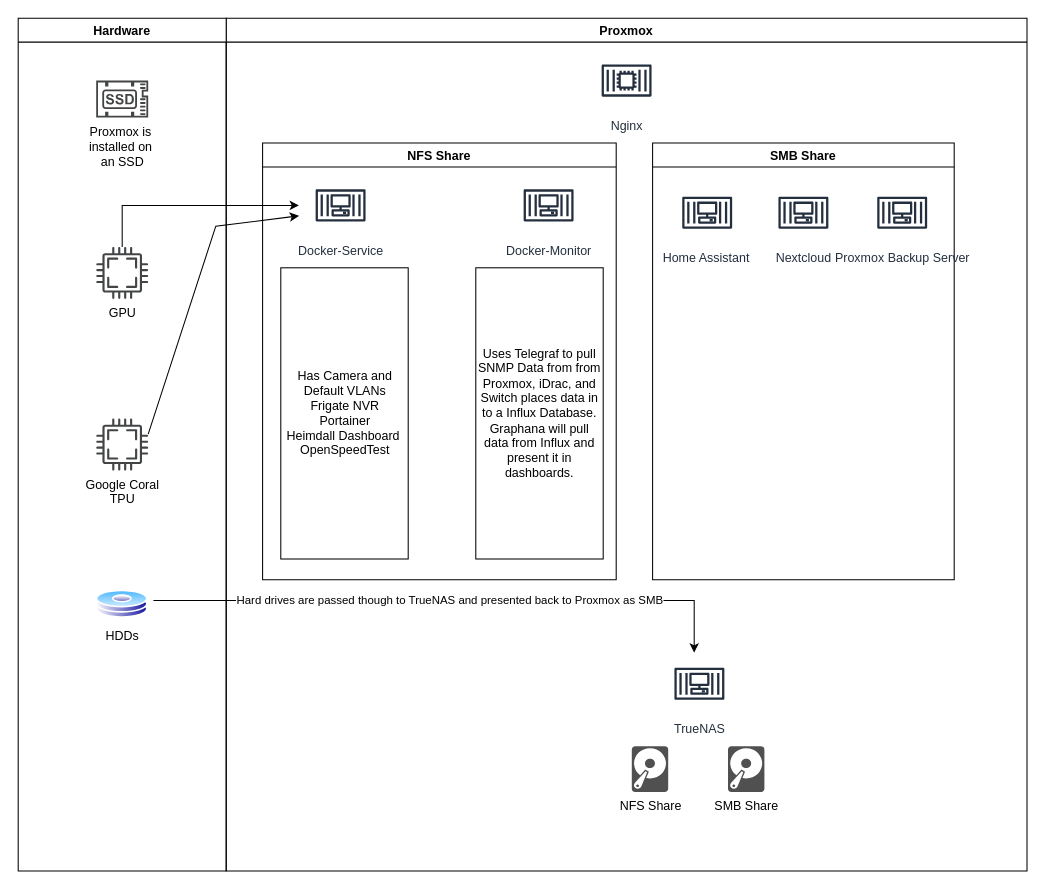
This is VM Diagram.drawio from 01Shimbo/HomeLab, a draw.io file, before an edit. Source tidied: cells renumbered, new cells numbered last; positions are measured from the earlier drawing's top-left corner, leaving out a move shared by most shapes. Both pictures are drawn from the tidied source at 104%, with x=0, y=0 at pixel (18, 18).
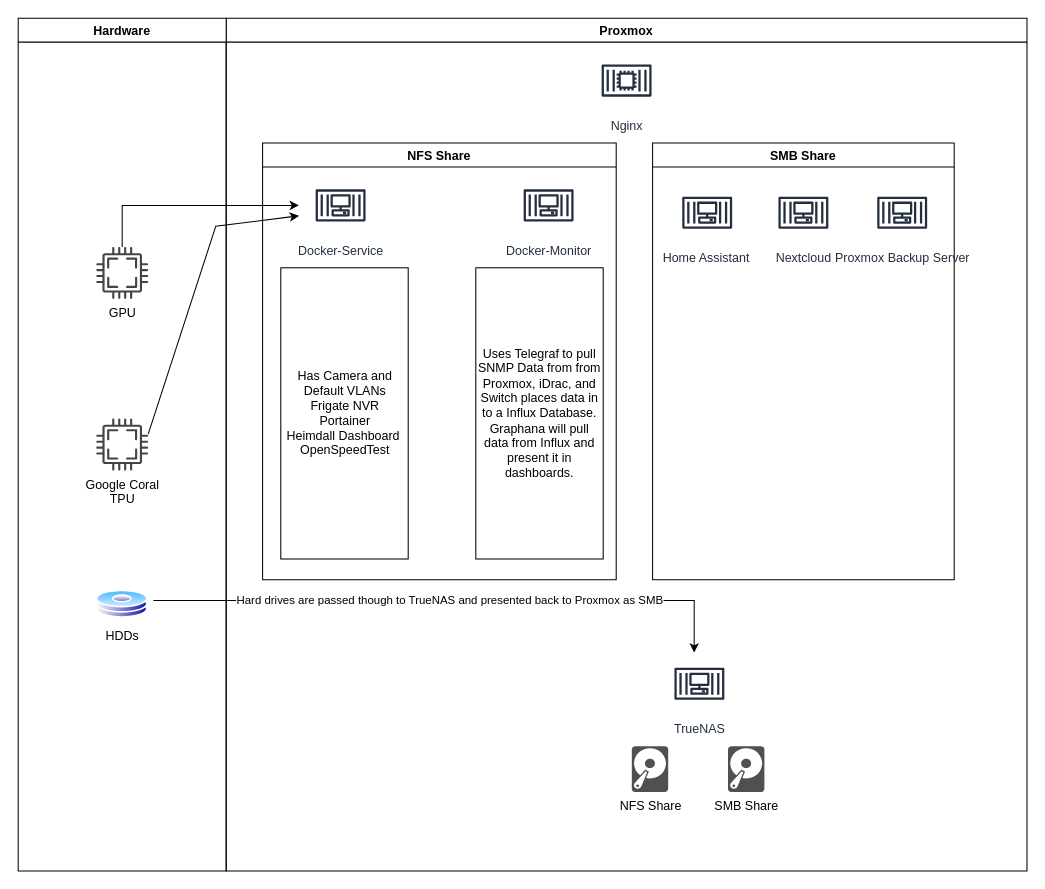
The same page after the edit.

Unchanged cells that the change refers to:
```xml
<mxCell id="16" value="Hardware" style="swimlane;" parent="1" vertex="1">
  <mxGeometry width="200" height="820" as="geometry" />
</mxCell>
```

Change to the diagram source:
```diff
@@
-    <mxCell id="18" value="&lt;div&gt;Proxmox is&amp;nbsp;&lt;/div&gt;&lt;div&gt;installed on&amp;nbsp;&lt;/div&gt;&lt;div&gt;an SSD&lt;/div&gt;" style="sketch=0;shadow=0;dashed=0;html=1;strokeColor=none;fillColor=#434445;labelPosition=center;verticalLabelPosition=bottom;verticalAlign=top;align=center;shape=mxgraph.vvd.ssd;" parent="16" vertex="1">
-      <mxGeometry x="75" y="60" width="50" height="35.5" as="geometry" />
-    </mxCell>
```
